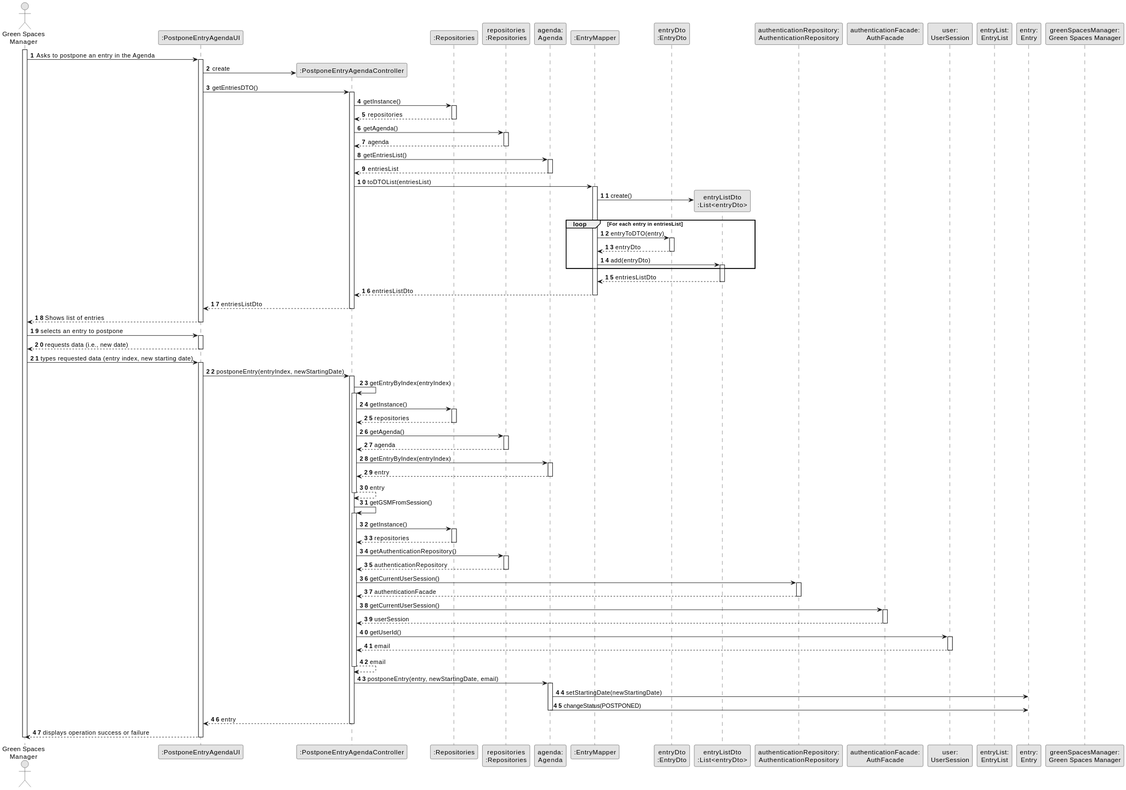
This is docs/sprintA&B&C/us024/03.design/svg/us024-sequence-diagram-full.svg from daniel41silva05/ISEP_2023_2024_LAPR2, a PlantUML export, as it was before one commit.
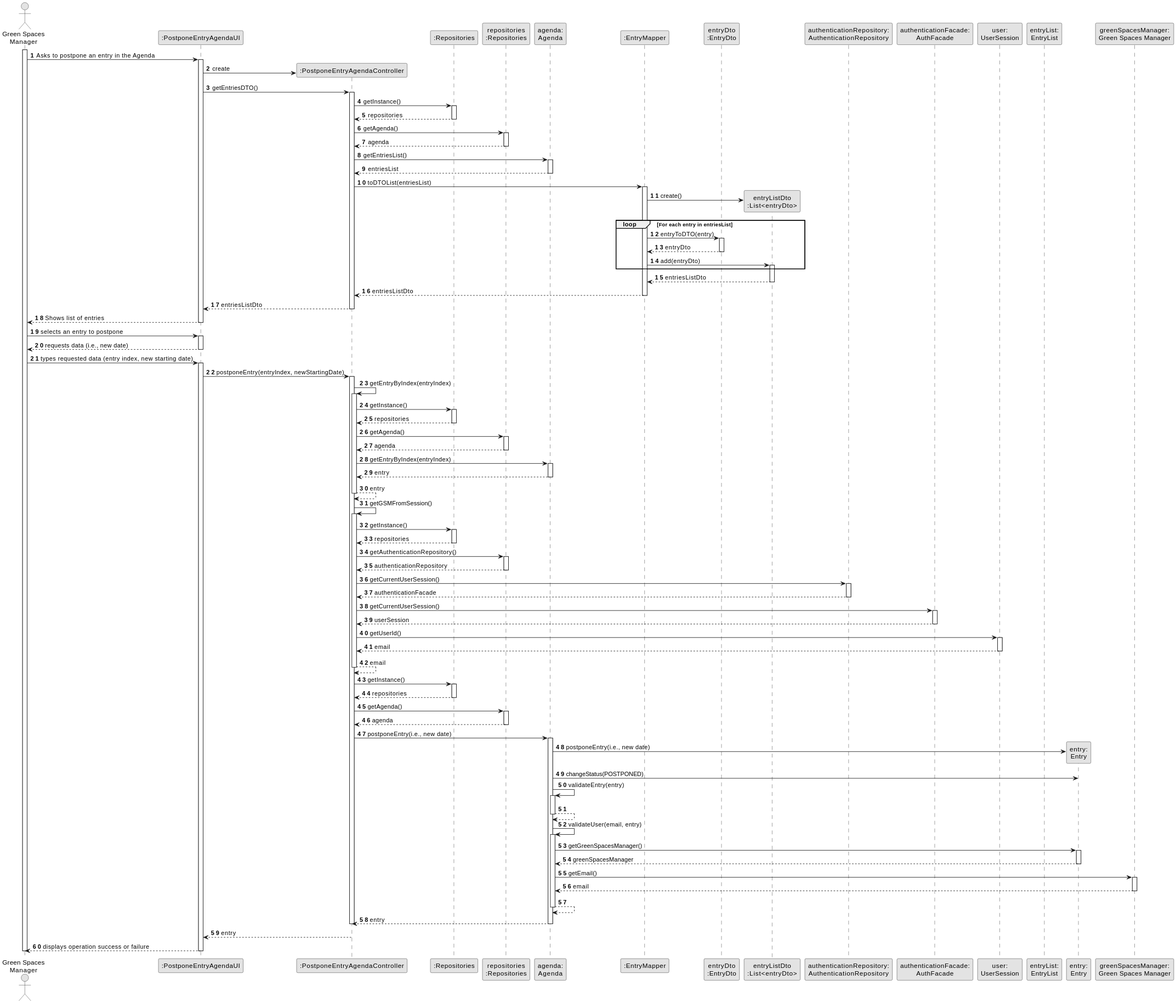
After the commit.

The edit, as a diff of the source:
```diff
@@ -150,12 +150,51 @@
 
             CTRL --> CTRL: email
             deactivate CTRL
+CTRL -> REP: getInstance()
+            activate REP
 
-            CTRL -> AGENDA: postponeEntry(entry, newStartingDate, email)
+            REP --> CTRL: repositories
+            deactivate REP
+
+            CTRL -> REPS: getAgenda()
+            activate REPS
+
+            REPS --> CTRL: agenda
+            deactivate REPS
+
+            CTRL -> AGENDA: postponeEntry(i.e., new date)
             activate AGENDA
 
-                AGENDA -> ENTRY : setStartingDate(newStartingDate)
+
+
+                AGENDA -> ENTRY** : postponeEntry(i.e., new date)
                 AGENDA -> ENTRY : changeStatus(POSTPONED)
+                AGENDA -> AGENDA: validateEntry(entry)
+                                            activate AGENDA
+
+                                            AGENDA --> AGENDA
+                                            deactivate AGENDA
+
+                                            AGENDA -> AGENDA: validateUser(email, entry)
+                                            activate AGENDA
+
+                                                AGENDA -> ENTRY: getGreenSpacesManager()
+                                                activate ENTRY
+
+                                                ENTRY --> AGENDA: greenSpacesManager
+                                                deactivate ENTRY
+
+                                                AGENDA -> USER: getEmail()
+                                                activate USER
+
+                                                USER --> AGENDA: email
+                                                deactivate USER
+
+                                            AGENDA --> AGENDA
+                                            deactivate AGENDA
+
+                                            AGENDA --> CTRL: entry
+                                            deactivate CTRL
             deactivate AGENDA
 
         CTRL --> UI: entry
```
